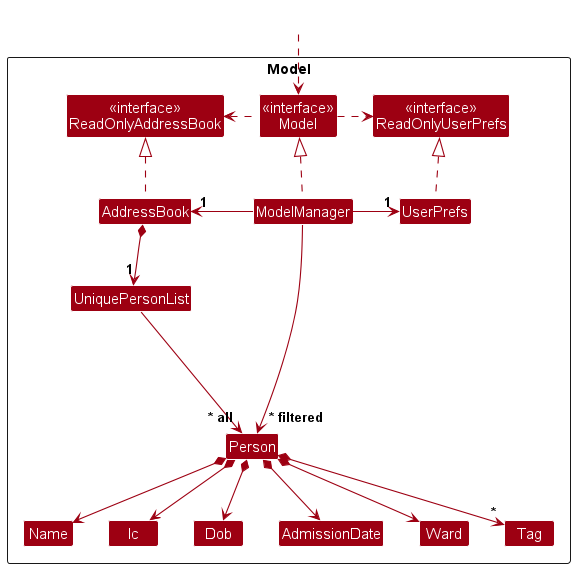
The PlantUML diagram docs/images/ModelClassDiagram.png in swtan346/tp, before a commit.
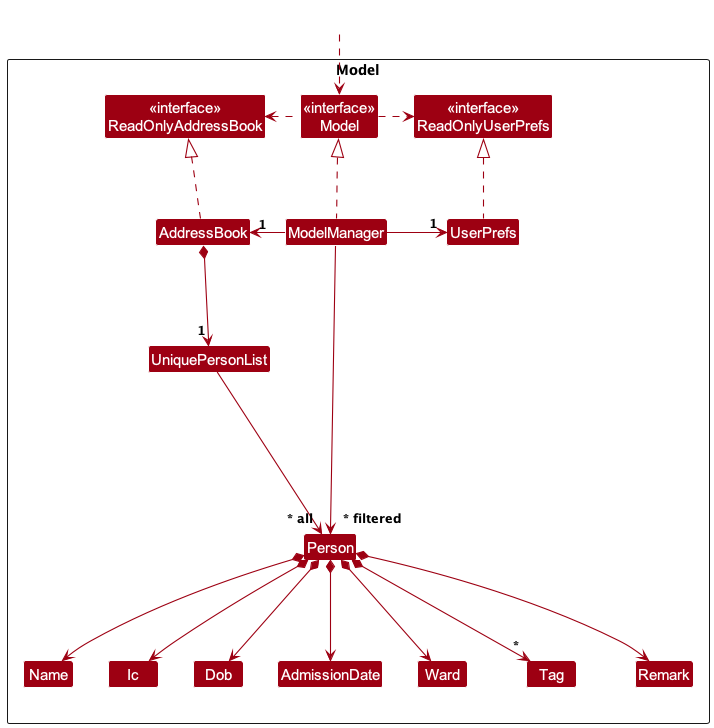
Above is the later version.

Commit message:
Update UML diagrams in DG

The edit, as a diff of the source:
```diff
@@ -20,6 +20,7 @@
 Class Ic
 Class Ward
 Class Tag
+Class Remark
 
 Class I #FFFFFF
 }
@@ -43,6 +44,7 @@
 Person *--> AdmissionDate
 Person *--> Dob
 Person *--> Ward
+Person *--> Remark
 Person *--> "*" Tag
 
 Person -[hidden]up--> I
```
